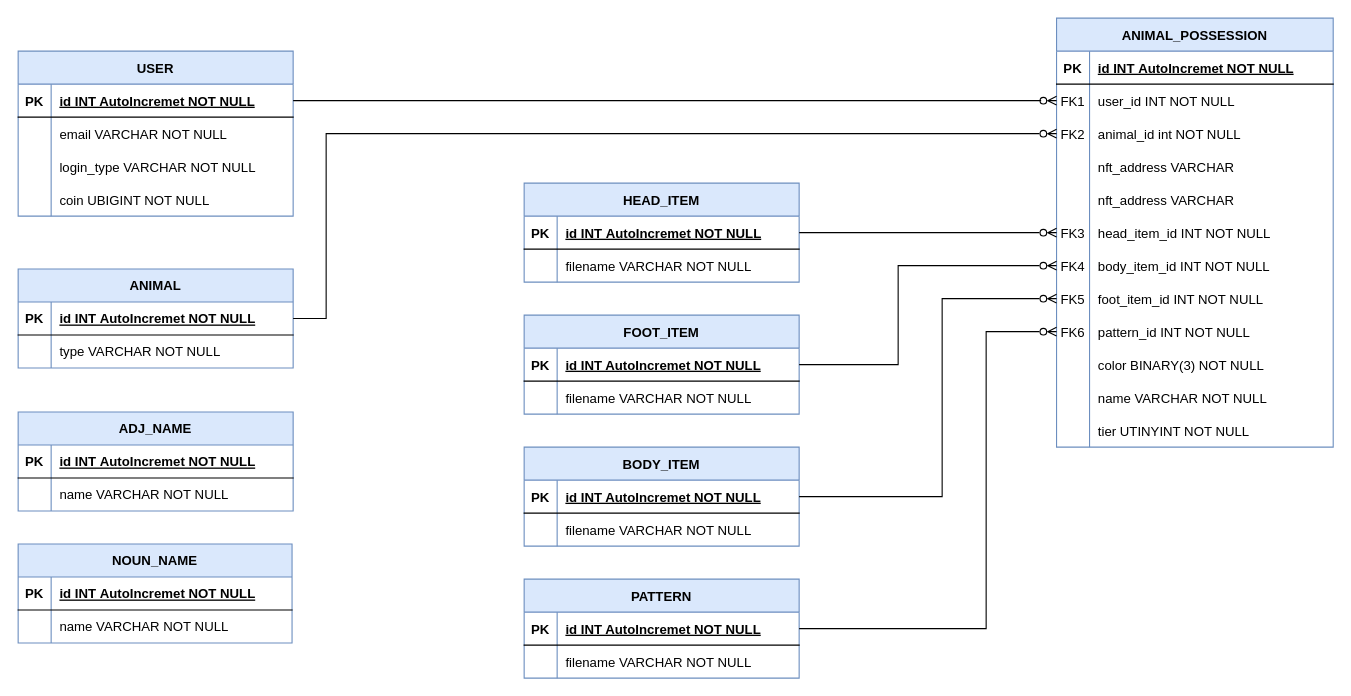
This is BLUE_HAT_ERD.drawio from Blue-Hat-Games/bluehat_server, a draw.io file, before an edit. Source tidied: cells renumbered, new cells numbered last; positions are measured from the earlier drawing's top-left corner, leaving out a move shared by most shapes. Both pictures are drawn from the tidied source at 110%, with x=0, y=0 at pixel (18, 18).
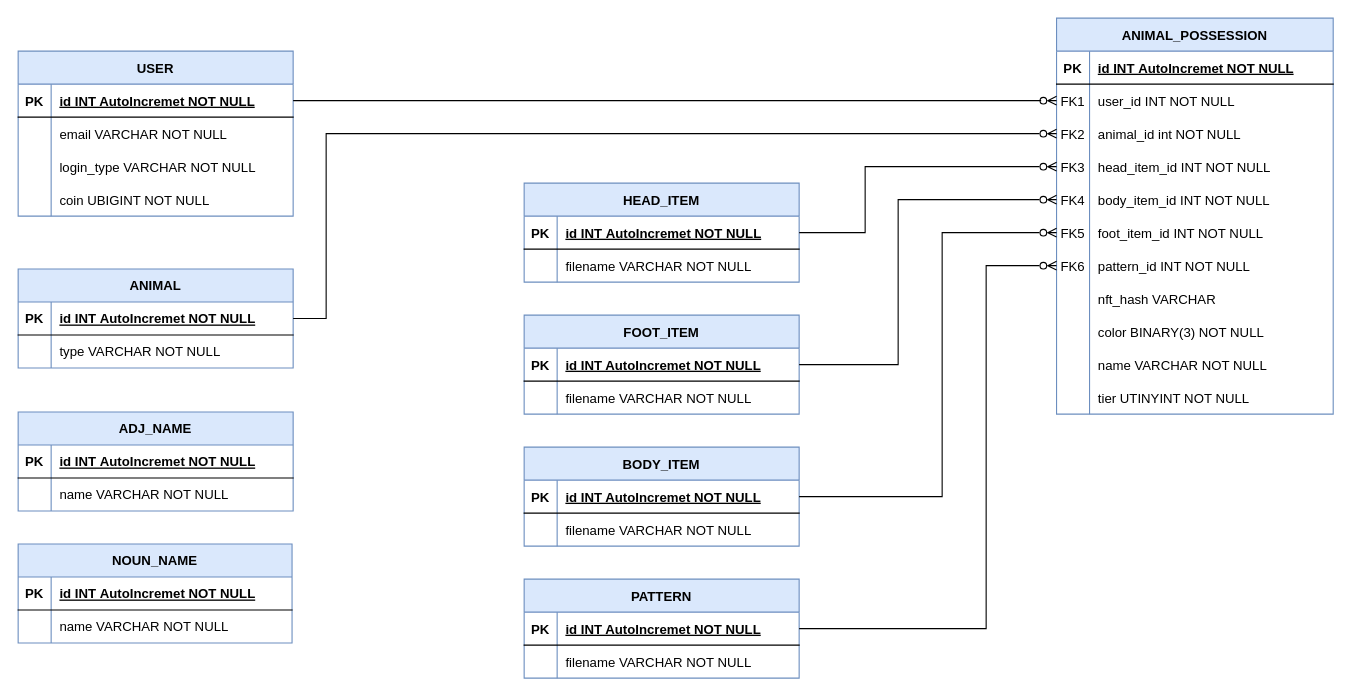
The same page after the edit.

Commit message:
Docs: Update ERD column (nft_address -> nft_hash)

The change refers to these unchanged cells:
```xml
<mxCell id="60" style="shape=partialRectangle;fillColor=none;points=[[0,0.5],[1,0.5]];portConstraint=eastwest;top=0;left=0;right=0;bottom=1;" parent="59" vertex="1">
  <mxGeometry y="30" width="250" height="30" as="geometry" />
</mxCell>
<mxCell id="67" style="shape=partialRectangle;fillColor=none;points=[[0,0.5],[1,0.5]];portConstraint=eastwest;top=0;left=0;right=0;bottom=1;" parent="66" vertex="1">
  <mxGeometry y="30" width="250" height="30" as="geometry" />
</mxCell>
<mxCell id="74" style="shape=partialRectangle;fillColor=none;points=[[0,0.5],[1,0.5]];portConstraint=eastwest;top=0;left=0;right=0;bottom=1;" parent="73" vertex="1">
  <mxGeometry y="30" width="250" height="30" as="geometry" />
</mxCell>
<mxCell id="81" style="shape=partialRectangle;fillColor=none;points=[[0,0.5],[1,0.5]];portConstraint=eastwest;top=0;left=0;right=0;bottom=1;" parent="80" vertex="1">
  <mxGeometry y="30" width="250" height="30" as="geometry" />
</mxCell>
```

What changed in the source:
```diff
@@
     <mxCell id="9" value="ANIMAL_POSSESSION" style="shape=table;startSize=30;childLayout=tableLayout;rowLines=0;fontStyle=1;align=center;fillColor=#dae8fc;strokeColor=#6c8ebf;" parent="1" vertex="1">
-      <mxGeometry x="944" width="251.5" height="390" as="geometry" />
+      <mxGeometry x="944" width="251.5" height="360" as="geometry" />
     </mxCell>
@@
-    <mxCell id="19" style="shape=partialRectangle;fillColor=none;top=0;left=0;right=0;bottom=0;" parent="9" vertex="1">
-      <mxGeometry y="120" width="251.5" height="30" as="geometry" />
-    </mxCell>
-    <mxCell id="20" style="shape=partialRectangle;overflow=hidden;fillColor=none;top=0;left=0;bottom=0;right=0;" parent="19" vertex="1">
-      <mxGeometry width="30" height="30" as="geometry" />
-    </mxCell>
-    <mxCell id="21" value="nft_address VARCHAR" style="shape=partialRectangle;overflow=hidden;fillColor=none;top=0;left=0;bottom=0;right=0;align=left;spacingLeft=6;" parent="19" vertex="1">
-      <mxGeometry x="30" width="221.5" height="30" as="geometry" />
-    </mxCell>
-    <mxCell id="22" style="shape=partialRectangle;fillColor=none;top=0;left=0;right=0;bottom=0;" parent="9" vertex="1">
-      <mxGeometry y="150" width="251.5" height="30" as="geometry" />
-    </mxCell>
-    <mxCell id="23" style="shape=partialRectangle;overflow=hidden;fillColor=none;top=0;left=0;bottom=0;right=0;" parent="22" vertex="1">
-      <mxGeometry width="30" height="30" as="geometry" />
-    </mxCell>
-    <mxCell id="24" value="nft_address VARCHAR" style="shape=partialRectangle;overflow=hidden;fillColor=none;top=0;left=0;bottom=0;right=0;align=left;spacingLeft=6;" parent="22" vertex="1">
-      <mxGeometry x="30" width="221.5" height="30" as="geometry" />
-    </mxCell>
     <mxCell id="25" style="shape=partialRectangle;fillColor=none;points=[[0,0.5],[1,0.5]];portConstraint=eastwest;top=0;left=0;right=0;bottom=0;" parent="9" vertex="1">
-      <mxGeometry y="180" width="251.5" height="30" as="geometry" />
+      <mxGeometry y="120" width="251.5" height="30" as="geometry" />
     </mxCell>
@@
     <mxCell id="28" style="shape=partialRectangle;fillColor=none;points=[[0,0.5],[1,0.5]];portConstraint=eastwest;top=0;left=0;right=0;bottom=0;" parent="9" vertex="1">
-      <mxGeometry y="210" width="251.5" height="30" as="geometry" />
+      <mxGeometry y="150" width="251.5" height="30" as="geometry" />
     </mxCell>
@@
     <mxCell id="31" style="shape=partialRectangle;fillColor=none;points=[[0,0.5],[1,0.5]];portConstraint=eastwest;top=0;left=0;right=0;bottom=0;" parent="9" vertex="1">
-      <mxGeometry y="240" width="251.5" height="30" as="geometry" />
+      <mxGeometry y="180" width="251.5" height="30" as="geometry" />
     </mxCell>
@@
     <mxCell id="34" style="shape=partialRectangle;fillColor=none;points=[[0,0.5],[1,0.5]];portConstraint=eastwest;top=0;left=0;right=0;bottom=0;" parent="9" vertex="1">
-      <mxGeometry y="270" width="251.5" height="30" as="geometry" />
+      <mxGeometry y="210" width="251.5" height="30" as="geometry" />
     </mxCell>
@@
+    <mxCell id="19" style="shape=partialRectangle;fillColor=none;top=0;left=0;right=0;bottom=0;" parent="9" vertex="1">
+      <mxGeometry y="240" width="251.5" height="30" as="geometry" />
+    </mxCell>
+    <mxCell id="20" style="shape=partialRectangle;overflow=hidden;fillColor=none;top=0;left=0;bottom=0;right=0;" parent="19" vertex="1">
+      <mxGeometry width="30" height="30" as="geometry" />
+    </mxCell>
+    <mxCell id="21" value="nft_hash VARCHAR" style="shape=partialRectangle;overflow=hidden;fillColor=none;top=0;left=0;bottom=0;right=0;align=left;spacingLeft=6;" parent="19" vertex="1">
+      <mxGeometry x="30" width="221.5" height="30" as="geometry" />
+    </mxCell>
     <mxCell id="37" style="shape=partialRectangle;fillColor=none;top=0;left=0;right=0;bottom=0;" parent="9" vertex="1">
-      <mxGeometry y="300" width="251.5" height="30" as="geometry" />
+      <mxGeometry y="270" width="251.5" height="30" as="geometry" />
     </mxCell>
@@
     <mxCell id="40" style="shape=partialRectangle;fillColor=none;top=0;left=0;right=0;bottom=0;" parent="9" vertex="1">
-      <mxGeometry y="330" width="251.5" height="30" as="geometry" />
+      <mxGeometry y="300" width="251.5" height="30" as="geometry" />
     </mxCell>
@@
     <mxCell id="43" style="shape=partialRectangle;fillColor=none;top=0;left=0;right=0;bottom=0;" parent="9" vertex="1">
-      <mxGeometry y="360" width="251.5" height="30" as="geometry" />
+      <mxGeometry y="330" width="251.5" height="30" as="geometry" />
     </mxCell>
@@
     <mxCell id="102" style="edgeStyle=orthogonalEdgeStyle;rounded=0;jettySize=auto;html=1;exitX=1;exitY=0.5;exitDx=0;exitDy=0;entryX=0;entryY=0.5;entryDx=0;entryDy=0;endArrow=ERzeroToMany;endFill=0;" parent="1" edge="1" source="60" target="25">
       <mxGeometry relative="1" as="geometry">
         <Array as="points">
-          <mxPoint x="750" y="195" />
-          <mxPoint x="750" y="195" />
+          <mxPoint x="770" y="195" />
+          <mxPoint x="770" y="135" />
         </Array>
       </mxGeometry>
     </mxCell>
     <mxCell id="103" style="edgeStyle=orthogonalEdgeStyle;rounded=0;jettySize=auto;html=1;exitX=1;exitY=0.5;exitDx=0;exitDy=0;entryX=0;entryY=0.5;entryDx=0;entryDy=0;endArrow=ERzeroToMany;endFill=0;" parent="1" edge="1" source="67" target="28">
       <mxGeometry relative="1" as="geometry">
         <Array as="points">
           <mxPoint x="800" y="315" />
-          <mxPoint x="800" y="225" />
+          <mxPoint x="800" y="165" />
         </Array>
       </mxGeometry>
     </mxCell>
     <mxCell id="104" style="edgeStyle=orthogonalEdgeStyle;rounded=0;jettySize=auto;html=1;exitX=1;exitY=0.5;exitDx=0;exitDy=0;endArrow=ERzeroToMany;endFill=0;" parent="1" edge="1" source="74" target="31">
       <mxGeometry relative="1" as="geometry">
         <Array as="points">
           <mxPoint x="840" y="435" />
-          <mxPoint x="840" y="255" />
+          <mxPoint x="840" y="195" />
         </Array>
       </mxGeometry>
     </mxCell>
     <mxCell id="105" style="edgeStyle=orthogonalEdgeStyle;rounded=0;jettySize=auto;html=1;exitX=1;exitY=0.5;exitDx=0;exitDy=0;entryX=0;entryY=0.5;entryDx=0;entryDy=0;endArrow=ERzeroToMany;endFill=0;" parent="1" edge="1" source="81" target="34">
       <mxGeometry relative="1" as="geometry">
         <Array as="points">
           <mxPoint x="880" y="555" />
-          <mxPoint x="880" y="285" />
+          <mxPoint x="880" y="225" />
         </Array>
       </mxGeometry>
     </mxCell>
```
